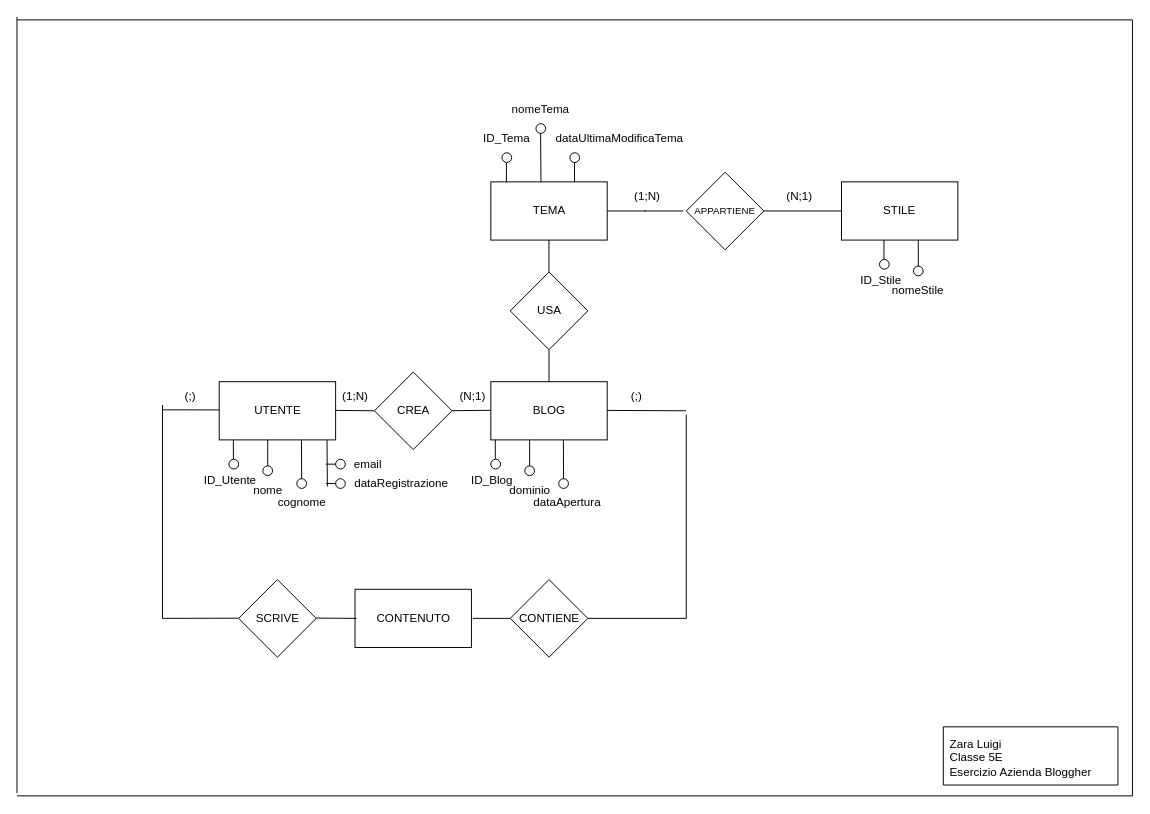
Earlier version of the draw.io diagram Esercizio_Azienda informaticaBloggher.drawio (iigigii/INFORMATICA_5E). Source tidied: cells renumbered, new cells numbered last; positions are measured from the earlier drawing's top-left corner, leaving out a move shared by most shapes. Both pictures are drawn from the tidied source at 97%, with x=0, y=0 at pixel (16, 16).
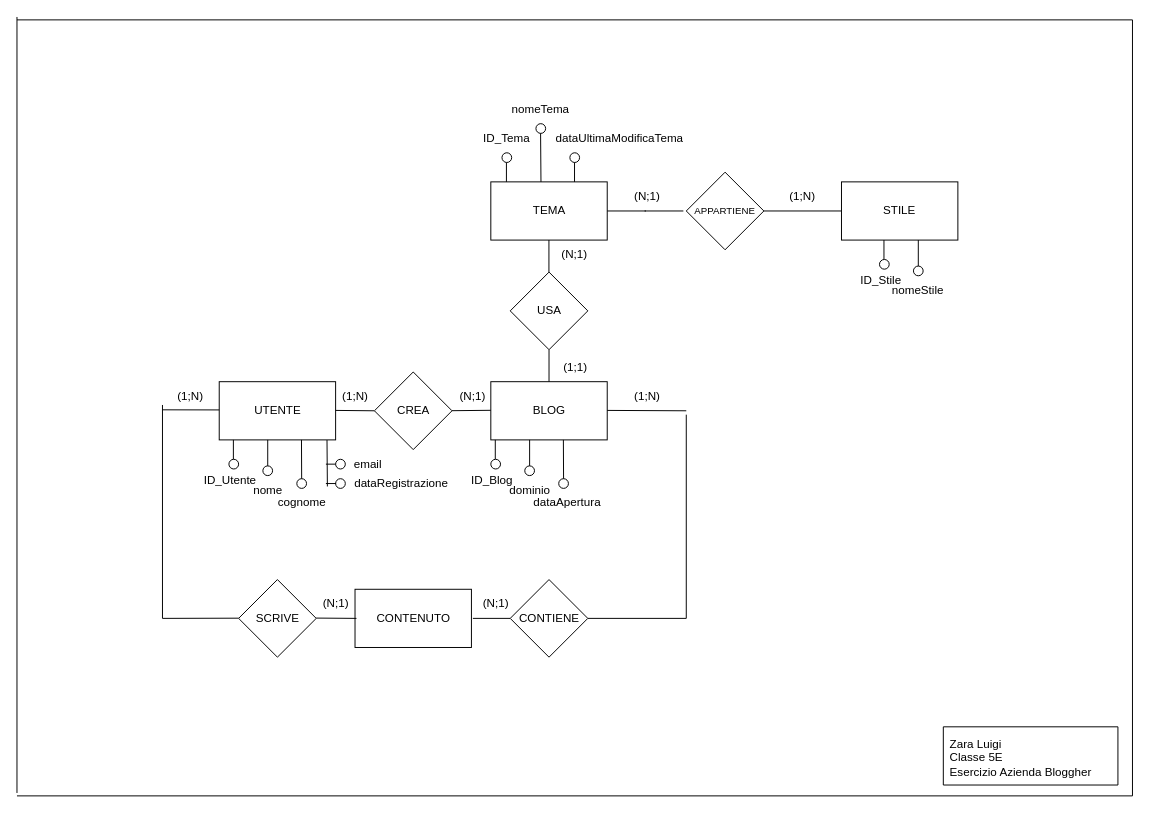
After the change.

Change to the diagram source:
```diff
@@
-    <mxCell id="29" value="(;)" style="text;html=1;whiteSpace=wrap;align=center;verticalAlign=middle;rounded=0;fontStyle=0;" parent="1" vertex="1">
-      <mxGeometry x="608.5" y="376" width="60" height="30" as="geometry" />
-    </mxCell>
@@
     <mxCell id="50" value="(1;N)" style="text;html=1;whiteSpace=wrap;align=center;verticalAlign=middle;rounded=0;fontStyle=0;" parent="1" vertex="1">
-      <mxGeometry x="620" y="170" width="60" height="30" as="geometry" />
+      <mxGeometry x="780" y="170" width="60" height="30" as="geometry" />
     </mxCell>
     <mxCell id="51" value="(N;1)" style="text;html=1;whiteSpace=wrap;align=center;verticalAlign=middle;rounded=0;fontStyle=0;" parent="1" vertex="1">
-      <mxGeometry x="777" y="170" width="60" height="30" as="geometry" />
+      <mxGeometry x="620" y="170" width="60" height="30" as="geometry" />
     </mxCell>
@@
-    <mxCell id="65" value="(;)" style="text;html=1;whiteSpace=wrap;align=center;verticalAlign=middle;rounded=0;fontStyle=0;" parent="1" vertex="1">
-      <mxGeometry x="148.5" y="376" width="60" height="30" as="geometry" />
-    </mxCell>
@@
+    <mxCell id="83" value="(1;N)" style="text;html=1;whiteSpace=wrap;align=center;verticalAlign=middle;rounded=0;fontStyle=0;" parent="1" vertex="1">
+      <mxGeometry x="148.5" y="376" width="60" height="30" as="geometry" />
+    </mxCell>
+    <mxCell id="84" value="(1;N)" style="text;html=1;whiteSpace=wrap;align=center;verticalAlign=middle;rounded=0;fontStyle=0;" parent="1" vertex="1">
+      <mxGeometry x="620" y="376" width="60" height="30" as="geometry" />
+    </mxCell>
+    <mxCell id="85" value="(N;1)" style="text;html=1;whiteSpace=wrap;align=center;verticalAlign=middle;rounded=0;fontStyle=0;" parent="1" vertex="1">
+      <mxGeometry x="298.5" y="590" width="60" height="30" as="geometry" />
+    </mxCell>
+    <mxCell id="86" value="(N;1)" style="text;html=1;whiteSpace=wrap;align=center;verticalAlign=middle;rounded=0;fontStyle=0;" parent="1" vertex="1">
+      <mxGeometry x="463.5" y="590" width="60" height="30" as="geometry" />
+    </mxCell>
+    <mxCell id="87" value="(1;1)" style="text;html=1;whiteSpace=wrap;align=center;verticalAlign=middle;rounded=0;fontStyle=0;" parent="1" vertex="1">
+      <mxGeometry x="546" y="346" width="60" height="30" as="geometry" />
+    </mxCell>
+    <mxCell id="88" value="(N;1)" style="text;html=1;whiteSpace=wrap;align=center;verticalAlign=middle;rounded=0;fontStyle=0;" parent="1" vertex="1">
+      <mxGeometry x="545" y="230" width="60" height="30" as="geometry" />
+    </mxCell>
```
